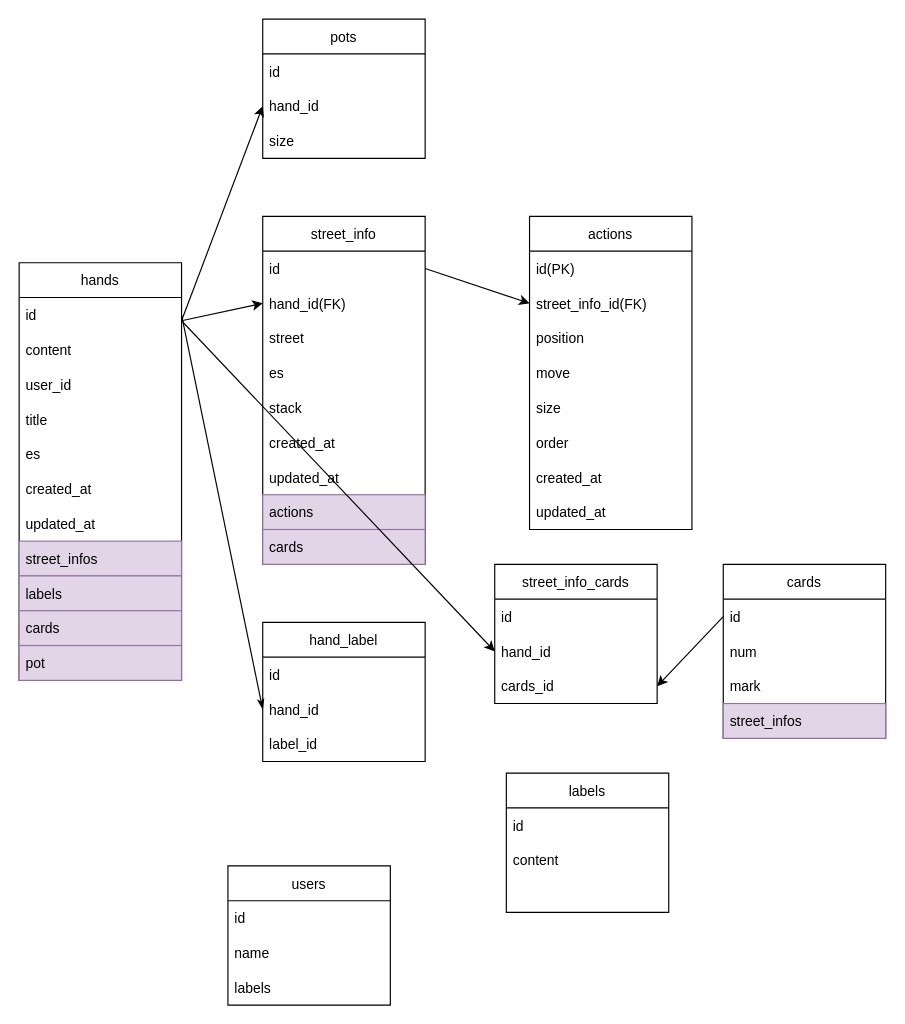
Earlier version of the draw.io diagram ER.dio (nebular-lab/hand-review-apollo). Source tidied: cells renumbered, new cells numbered last; positions are measured from the earlier drawing's top-left corner, leaving out a move shared by most shapes. Both pictures are drawn from the tidied source at 116%, with x=0, y=0 at pixel (19, 19).
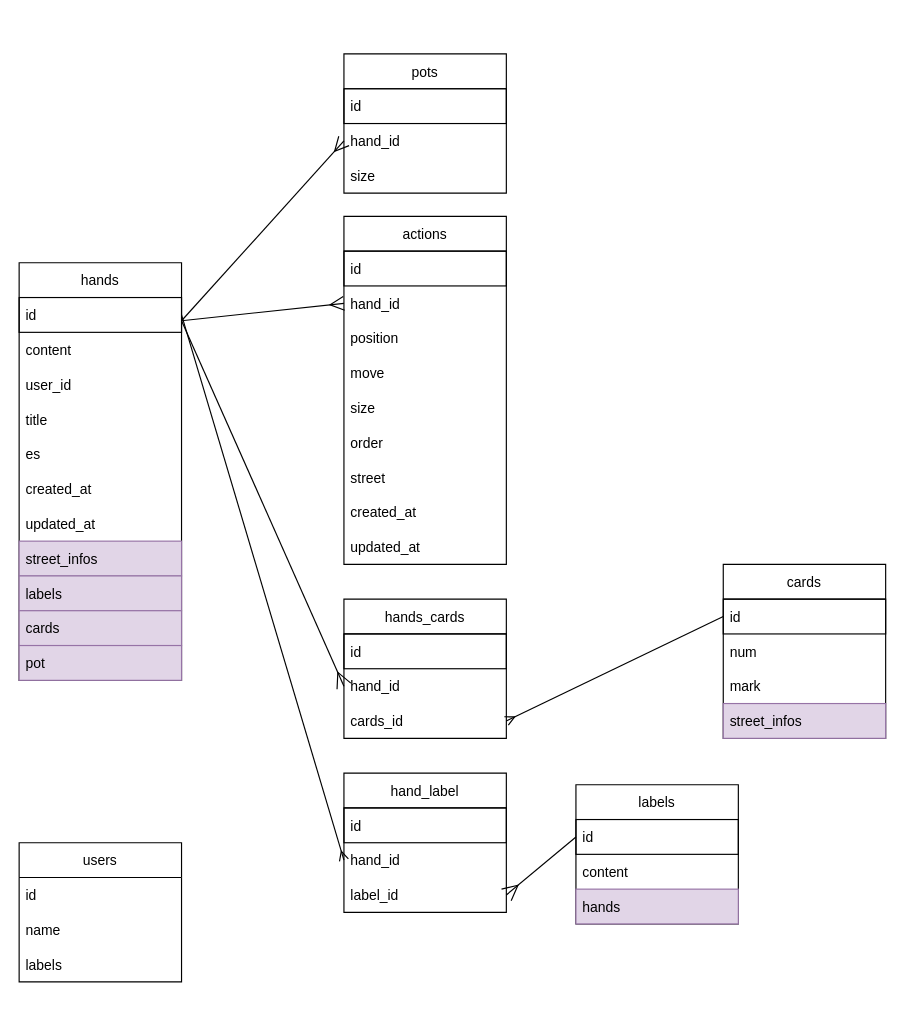
The same page after the edit.

The change refers to these unchanged cells:
```xml
<mxCell id="2" value="hands" style="swimlane;fontStyle=0;horizontal=1;startSize=30;" parent="1" vertex="1">
  <mxGeometry y="210" width="140" height="360" as="geometry" />
</mxCell>
<mxCell id="30" value="hand_id" style="text;strokeColor=none;fillColor=none;align=left;verticalAlign=middle;spacingLeft=4;spacingRight=4;overflow=hidden;points=[[0,0.5],[1,0.5]];portConstraint=eastwest;" parent="28" vertex="1">
  <mxGeometry y="60" width="140" height="30" as="geometry" />
</mxCell>
<mxCell id="31" value="label_id" style="text;strokeColor=none;fillColor=none;align=left;verticalAlign=middle;spacingLeft=4;spacingRight=4;overflow=hidden;points=[[0,0.5],[1,0.5]];portConstraint=eastwest;" parent="28" vertex="1">
  <mxGeometry y="90" width="140" height="30" as="geometry" />
</mxCell>
<mxCell id="48" value="cards" style="swimlane;fontStyle=0;horizontal=1;startSize=30;labelBackgroundColor=none;labelBorderColor=none;fillColor=none;" parent="1" vertex="1">
  <mxGeometry x="607" y="470" width="140" height="150" as="geometry" />
</mxCell>
<mxCell id="55" value="hand_id" style="text;strokeColor=none;fillColor=none;align=left;verticalAlign=middle;spacingLeft=4;spacingRight=4;overflow=hidden;points=[[0,0.5],[1,0.5]];portConstraint=eastwest;labelBackgroundColor=none;labelBorderColor=none;" parent="53" vertex="1">
  <mxGeometry y="60" width="140" height="30" as="geometry" />
</mxCell>
<mxCell id="56" value="cards_id" style="text;strokeColor=none;fillColor=none;align=left;verticalAlign=middle;spacingLeft=4;spacingRight=4;overflow=hidden;points=[[0,0.5],[1,0.5]];portConstraint=eastwest;labelBackgroundColor=none;labelBorderColor=none;" parent="53" vertex="1">
  <mxGeometry y="90" width="140" height="30" as="geometry" />
</mxCell>
<mxCell id="61" value="hand_id" style="text;strokeColor=none;fillColor=none;align=left;verticalAlign=middle;spacingLeft=4;spacingRight=4;overflow=hidden;points=[[0,0.5],[1,0.5]];portConstraint=eastwest;" parent="59" vertex="1">
  <mxGeometry y="60" width="140" height="30" as="geometry" />
</mxCell>
```

What changed in the source:
```diff
@@
-    <mxCell id="3" value="id" style="text;strokeColor=none;fillColor=none;align=left;verticalAlign=middle;spacingLeft=4;spacingRight=4;overflow=hidden;points=[[0,0.5],[1,0.5]];portConstraint=eastwest;" parent="2" vertex="1">
+    <mxCell id="3" value="id" style="text;strokeColor=default;fillColor=none;align=left;verticalAlign=middle;spacingLeft=4;spacingRight=4;overflow=hidden;points=[[0,0.5],[1,0.5]];portConstraint=eastwest;" parent="2" vertex="1">
       <mxGeometry y="30" width="140" height="30" as="geometry" />
     </mxCell>
@@
     <mxCell id="14" value="actions" style="swimlane;fontStyle=0;horizontal=1;startSize=30;" parent="1" vertex="1">
-      <mxGeometry x="440" y="170" width="140" height="270" as="geometry" />
+      <mxGeometry x="280" y="170" width="140" height="300" as="geometry" />
     </mxCell>
-    <mxCell id="15" value="id(PK)" style="text;strokeColor=none;fillColor=none;align=left;verticalAlign=middle;spacingLeft=4;spacingRight=4;overflow=hidden;" parent="14" vertex="1">
+    <mxCell id="15" value="id" style="text;strokeColor=default;fillColor=none;align=left;verticalAlign=middle;spacingLeft=4;spacingRight=4;overflow=hidden;" parent="14" vertex="1">
       <mxGeometry y="30" width="140" height="30" as="geometry" />
     </mxCell>
-    <mxCell id="16" value="street_info_id(FK)" style="text;strokeColor=none;fillColor=none;align=left;verticalAlign=middle;spacingLeft=4;spacingRight=4;overflow=hidden;points=[[0,0.5],[1,0.5]];portConstraint=eastwest;" parent="14" vertex="1">
+    <mxCell id="16" value="hand_id" style="text;strokeColor=none;fillColor=none;align=left;verticalAlign=middle;spacingLeft=4;spacingRight=4;overflow=hidden;points=[[0,0.5],[1,0.5]];portConstraint=eastwest;" parent="14" vertex="1">
       <mxGeometry y="60" width="140" height="30" as="geometry" />
     </mxCell>
@@
+    <mxCell id="39" value="street" style="text;strokeColor=none;fillColor=none;align=left;verticalAlign=middle;spacingLeft=4;spacingRight=4;overflow=hidden;" parent="14" vertex="1">
+      <mxGeometry y="210" width="140" height="30" as="geometry" />
+    </mxCell>
     <mxCell id="21" value="created_at" style="text;strokeColor=none;fillColor=none;align=left;verticalAlign=middle;spacingLeft=4;spacingRight=4;overflow=hidden;" parent="14" vertex="1">
-      <mxGeometry y="210" width="140" height="30" as="geometry" />
+      <mxGeometry y="240" width="140" height="30" as="geometry" />
     </mxCell>
     <mxCell id="22" value="updated_at" style="text;strokeColor=none;fillColor=none;align=left;verticalAlign=middle;spacingLeft=4;spacingRight=4;overflow=hidden;" parent="14" vertex="1">
-      <mxGeometry y="240" width="140" height="30" as="geometry" />
+      <mxGeometry y="270" width="140" height="30" as="geometry" />
     </mxCell>
     <mxCell id="23" value="labels" style="swimlane;fontStyle=0;horizontal=1;startSize=30;" parent="1" vertex="1">
-      <mxGeometry x="420" y="650" width="140" height="120" as="geometry" />
+      <mxGeometry x="480" y="660" width="140" height="120" as="geometry" />
     </mxCell>
-    <mxCell id="24" value="id" style="text;strokeColor=none;fillColor=none;align=left;verticalAlign=middle;spacingLeft=4;spacingRight=4;overflow=hidden;points=[[0,0.5],[1,0.5]];portConstraint=eastwest;" parent="23" vertex="1">
+    <mxCell id="24" value="id" style="text;strokeColor=default;fillColor=none;align=left;verticalAlign=middle;spacingLeft=4;spacingRight=4;overflow=hidden;points=[[0,0.5],[1,0.5]];portConstraint=eastwest;" parent="23" vertex="1">
       <mxGeometry y="30" width="140" height="30" as="geometry" />
     </mxCell>
@@
-    <mxCell id="26" style="text;strokeColor=none;fillColor=none;align=left;verticalAlign=middle;spacingLeft=4;spacingRight=4;overflow=hidden;" parent="23" vertex="1">
+    <mxCell id="26" value="hands" style="text;strokeColor=#9673a6;fillColor=#e1d5e7;align=left;verticalAlign=middle;spacingLeft=4;spacingRight=4;overflow=hidden;" parent="23" vertex="1">
       <mxGeometry y="90" width="140" height="30" as="geometry" />
     </mxCell>
-    <mxCell id="27" style="edgeStyle=none;html=1;entryX=0;entryY=0.5;entryDx=0;entryDy=0;endArrow=classicThin;endFill=1;exitX=1;exitY=0.5;exitDx=0;exitDy=0;" parent="1" edge="1" source="3" target="30">
+    <mxCell id="27" style="edgeStyle=none;html=1;entryX=0;entryY=0.5;entryDx=0;entryDy=0;endArrow=ERmany;endFill=0;exitX=1;exitY=0.5;exitDx=0;exitDy=0;" parent="1" edge="1" source="3" target="30">
       <mxGeometry relative="1" as="geometry" />
     </mxCell>
     <mxCell id="28" value="hand_label" style="swimlane;fontStyle=0;horizontal=1;startSize=30;" parent="1" vertex="1">
-      <mxGeometry x="210" y="520" width="140" height="120" as="geometry" />
+      <mxGeometry x="280" y="650" width="140" height="120" as="geometry" />
     </mxCell>
-    <mxCell id="29" value="id" style="text;strokeColor=none;fillColor=none;align=left;verticalAlign=middle;spacingLeft=4;spacingRight=4;overflow=hidden;" parent="28" vertex="1">
+    <mxCell id="29" value="id" style="text;strokeColor=default;fillColor=none;align=left;verticalAlign=middle;spacingLeft=4;spacingRight=4;overflow=hidden;" parent="28" vertex="1">
       <mxGeometry y="30" width="140" height="30" as="geometry" />
     </mxCell>
@@
     <mxCell id="32" value="users" style="swimlane;fontStyle=0;horizontal=1;startSize=30;" parent="1" vertex="1">
-      <mxGeometry x="180" y="730" width="140" height="120" as="geometry" />
+      <mxGeometry y="710" width="140" height="120" as="geometry" />
     </mxCell>
@@
-    <mxCell id="36" value="street_info" style="swimlane;fontStyle=0;horizontal=1;startSize=30;" parent="1" vertex="1">
-      <mxGeometry x="210" y="170" width="140" height="300" as="geometry" />
-    </mxCell>
-    <mxCell id="37" value="id" style="text;strokeColor=none;fillColor=none;align=left;verticalAlign=middle;spacingLeft=4;spacingRight=4;overflow=hidden;points=[[0,0.5],[1,0.5]];portConstraint=eastwest;" parent="36" vertex="1">
-      <mxGeometry y="30" width="140" height="30" as="geometry" />
-    </mxCell>
-    <mxCell id="38" value="hand_id(FK)" style="text;strokeColor=none;fillColor=none;align=left;verticalAlign=middle;spacingLeft=4;spacingRight=4;overflow=hidden;points=[[0,0.5],[1,0.5]];portConstraint=eastwest;" parent="36" vertex="1">
-      <mxGeometry y="60" width="140" height="30" as="geometry" />
-    </mxCell>
-    <mxCell id="39" value="street" style="text;strokeColor=none;fillColor=none;align=left;verticalAlign=middle;spacingLeft=4;spacingRight=4;overflow=hidden;" parent="36" vertex="1">
-      <mxGeometry y="90" width="140" height="30" as="geometry" />
-    </mxCell>
-    <mxCell id="40" value="es" style="text;strokeColor=none;fillColor=none;align=left;verticalAlign=middle;spacingLeft=4;spacingRight=4;overflow=hidden;" parent="36" vertex="1">
-      <mxGeometry y="120" width="140" height="30" as="geometry" />
-    </mxCell>
-    <mxCell id="41" value="stack" style="text;strokeColor=none;fillColor=none;align=left;verticalAlign=middle;spacingLeft=4;spacingRight=4;overflow=hidden;" parent="36" vertex="1">
-      <mxGeometry y="150" width="140" height="30" as="geometry" />
-    </mxCell>
-    <mxCell id="42" value="created_at" style="text;strokeColor=none;fillColor=none;align=left;verticalAlign=middle;spacingLeft=4;spacingRight=4;overflow=hidden;" parent="36" vertex="1">
-      <mxGeometry y="180" width="140" height="30" as="geometry" />
-    </mxCell>
-    <mxCell id="43" value="updated_at" style="text;strokeColor=none;fillColor=none;align=left;verticalAlign=middle;spacingLeft=4;spacingRight=4;overflow=hidden;" parent="36" vertex="1">
-      <mxGeometry y="210" width="140" height="30" as="geometry" />
-    </mxCell>
-    <mxCell id="44" value="actions" style="text;strokeColor=#9673a6;fillColor=#e1d5e7;align=left;verticalAlign=middle;spacingLeft=4;spacingRight=4;overflow=hidden;" parent="36" vertex="1">
-      <mxGeometry y="240" width="140" height="30" as="geometry" />
-    </mxCell>
-    <mxCell id="45" value="cards" style="text;strokeColor=#9673a6;fillColor=#e1d5e7;align=left;verticalAlign=middle;spacingLeft=4;spacingRight=4;overflow=hidden;" parent="36" vertex="1">
-      <mxGeometry y="270" width="140" height="30" as="geometry" />
-    </mxCell>
-    <mxCell id="46" style="edgeStyle=none;html=1;entryX=0;entryY=0.5;entryDx=0;entryDy=0;" parent="1" edge="1" target="38">
+    <mxCell id="46" style="edgeStyle=none;html=1;entryX=0;entryY=0.5;entryDx=0;entryDy=0;endArrow=ERmany;endFill=0;endSize=10;" parent="1" edge="1" target="16">
       <mxGeometry relative="1" as="geometry">
         <mxPoint x="140" y="260" as="sourcePoint" />
       </mxGeometry>
     </mxCell>
-    <mxCell id="47" style="edgeStyle=none;html=1;entryX=0;entryY=0.5;entryDx=0;entryDy=0;exitX=1;exitY=0.5;exitDx=0;exitDy=0;" parent="1" edge="1" source="37" target="16">
-      <mxGeometry relative="1" as="geometry" />
-    </mxCell>
@@
-    <mxCell id="49" value="id" style="text;strokeColor=none;fillColor=none;align=left;verticalAlign=middle;spacingLeft=4;spacingRight=4;overflow=hidden;points=[[0,0.5],[1,0.5]];portConstraint=eastwest;labelBackgroundColor=none;labelBorderColor=none;" parent="48" vertex="1">
+    <mxCell id="49" value="id" style="text;strokeColor=default;fillColor=none;align=left;verticalAlign=middle;spacingLeft=4;spacingRight=4;overflow=hidden;points=[[0,0.5],[1,0.5]];portConstraint=eastwest;labelBackgroundColor=none;labelBorderColor=none;" parent="48" vertex="1">
       <mxGeometry y="30" width="140" height="30" as="geometry" />
     </mxCell>
@@
-    <mxCell id="53" value="street_info_cards" style="swimlane;fontStyle=0;horizontal=1;startSize=30;labelBackgroundColor=none;labelBorderColor=none;fillColor=none;" parent="1" vertex="1">
-      <mxGeometry x="410" y="470" width="140" height="120" as="geometry" />
+    <mxCell id="53" value="hands_cards" style="swimlane;fontStyle=0;horizontal=1;startSize=30;labelBackgroundColor=none;labelBorderColor=none;fillColor=none;" parent="1" vertex="1">
+      <mxGeometry x="280" y="500" width="140" height="120" as="geometry" />
     </mxCell>
-    <mxCell id="54" value="id" style="text;strokeColor=none;fillColor=none;align=left;verticalAlign=middle;spacingLeft=4;spacingRight=4;overflow=hidden;labelBackgroundColor=none;labelBorderColor=none;" parent="53" vertex="1">
+    <mxCell id="54" value="id" style="text;strokeColor=default;fillColor=none;align=left;verticalAlign=middle;spacingLeft=4;spacingRight=4;overflow=hidden;labelBackgroundColor=none;labelBorderColor=none;" parent="53" vertex="1">
       <mxGeometry y="30" width="140" height="30" as="geometry" />
     </mxCell>
@@
-    <mxCell id="57" style="edgeStyle=none;html=1;entryX=0;entryY=0.5;entryDx=0;entryDy=0;" parent="1" edge="1">
+    <mxCell id="57" style="edgeStyle=none;html=1;entryX=0;entryY=0.5;entryDx=0;entryDy=0;endArrow=ERmany;endFill=0;endSize=11;" parent="1" edge="1" target="55">
       <mxGeometry relative="1" as="geometry">
         <mxPoint x="140" y="260" as="sourcePoint" />
-        <mxPoint x="410" y="545" as="targetPoint" />
       </mxGeometry>
     </mxCell>
-    <mxCell id="58" style="edgeStyle=none;html=1;entryX=1;entryY=0.5;entryDx=0;entryDy=0;exitX=0;exitY=0.5;exitDx=0;exitDy=0;" parent="1" edge="1" source="49" target="56">
+    <mxCell id="58" style="edgeStyle=none;html=1;entryX=1;entryY=0.5;entryDx=0;entryDy=0;exitX=0;exitY=0.5;exitDx=0;exitDy=0;endArrow=ERmany;endFill=0;" parent="1" edge="1" source="49" target="56">
       <mxGeometry relative="1" as="geometry" />
     </mxCell>
     <mxCell id="59" value="pots" style="swimlane;fontStyle=0;horizontal=1;startSize=30;" parent="1" vertex="1">
-      <mxGeometry x="210" width="140" height="120" as="geometry" />
+      <mxGeometry x="280" y="30" width="140" height="120" as="geometry" />
     </mxCell>
-    <mxCell id="60" value="id" style="text;strokeColor=none;fillColor=none;align=left;verticalAlign=middle;spacingLeft=4;spacingRight=4;overflow=hidden;" parent="59" vertex="1">
+    <mxCell id="60" value="id" style="text;strokeColor=default;fillColor=none;align=left;verticalAlign=middle;spacingLeft=4;spacingRight=4;overflow=hidden;" parent="59" vertex="1">
       <mxGeometry y="30" width="140" height="30" as="geometry" />
     </mxCell>
@@
-    <mxCell id="63" style="edgeStyle=none;html=1;entryX=0;entryY=0.5;entryDx=0;entryDy=0;" parent="1" edge="1" target="61">
+    <mxCell id="63" style="edgeStyle=none;html=1;endArrow=ERmany;endFill=0;strokeWidth=1;endSize=10;entryX=0;entryY=0.5;entryDx=0;entryDy=0;" parent="1" edge="1" target="61">
       <mxGeometry relative="1" as="geometry">
         <mxPoint x="140" y="260" as="sourcePoint" />
       </mxGeometry>
     </mxCell>
+    <mxCell id="64" style="edgeStyle=none;html=1;entryX=1;entryY=0.5;entryDx=0;entryDy=0;endArrow=ERmany;endFill=0;endSize=11;strokeWidth=1;exitX=0;exitY=0.5;exitDx=0;exitDy=0;" parent="1" edge="1" source="24" target="31">
+      <mxGeometry relative="1" as="geometry" />
+    </mxCell>
```
